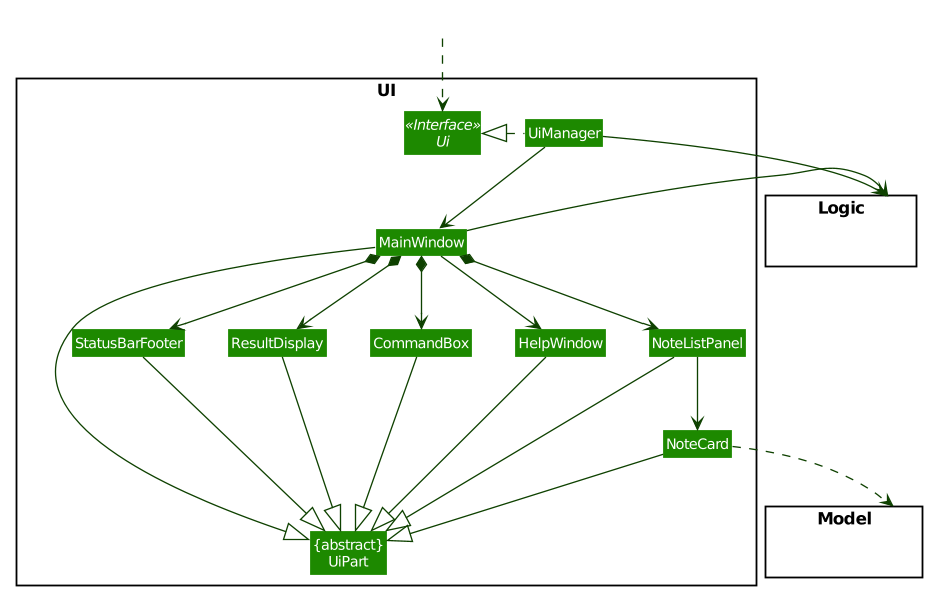
Above: docs/images/UiClassDiagram.png in nus-cs2103-AY1920S1/addressbook-level3 (PlantUML), before the change.
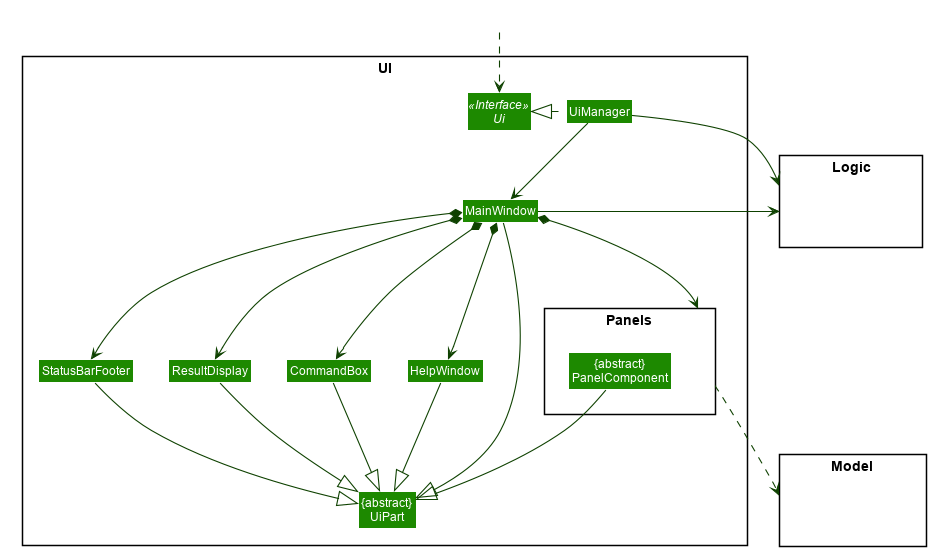
The same file after the commit.

Commit message:
Redesign UI class diagram

What changed in the source:
```diff
@@ -58,10 +58,12 @@
 Class MainWindow
 Class HelpWindow
 Class ResultDisplay
-Class NoteListPanel
-Class NoteCard
 Class StatusBarFooter
 Class CommandBox
+
+package Panels <<Rectangle>> {
+Class "{abstract}\nPanelComponent" as PanelComponent
+}
 }
 
 package Model <<Rectangle>> {
@@ -77,31 +79,31 @@
 
 UiManager .left.|> Ui
 UiManager -down-> MainWindow
-MainWindow --> HelpWindow
+MainWindow *-down-> HelpWindow
 MainWindow *-down-> CommandBox
 MainWindow *-down-> ResultDisplay
-MainWindow *-down-> NoteListPanel
 MainWindow *-down-> StatusBarFooter
+MainWindow *-down--> Panels
 
-NoteListPanel -down-> NoteCard
 
-MainWindow -left-|> UiPart
+
+
+MainWindow --|> UiPart
 
 ResultDisplay --|> UiPart
 CommandBox --|> UiPart
-NoteListPanel --|> UiPart
-NoteCard --|> UiPart
 StatusBarFooter --|> UiPart
-HelpWindow -down-|> UiPart
+HelpWindow --|> UiPart
 
-NoteCard ..> Model
+PanelComponent --|> UiPart
+
+Panels ..> Model
 UiManager -right-> Logic
 MainWindow -left-> Logic
 
-NoteListPanel -[hidden]left- HelpWindow
 HelpWindow -[hidden]left- CommandBox
 CommandBox -[hidden]left- ResultDisplay
 ResultDisplay -[hidden]left- StatusBarFooter
+StatusBarFooter -[hidden]left- Panels
 
-MainWindow -[hidden]-|> UiPart
 @enduml
```
